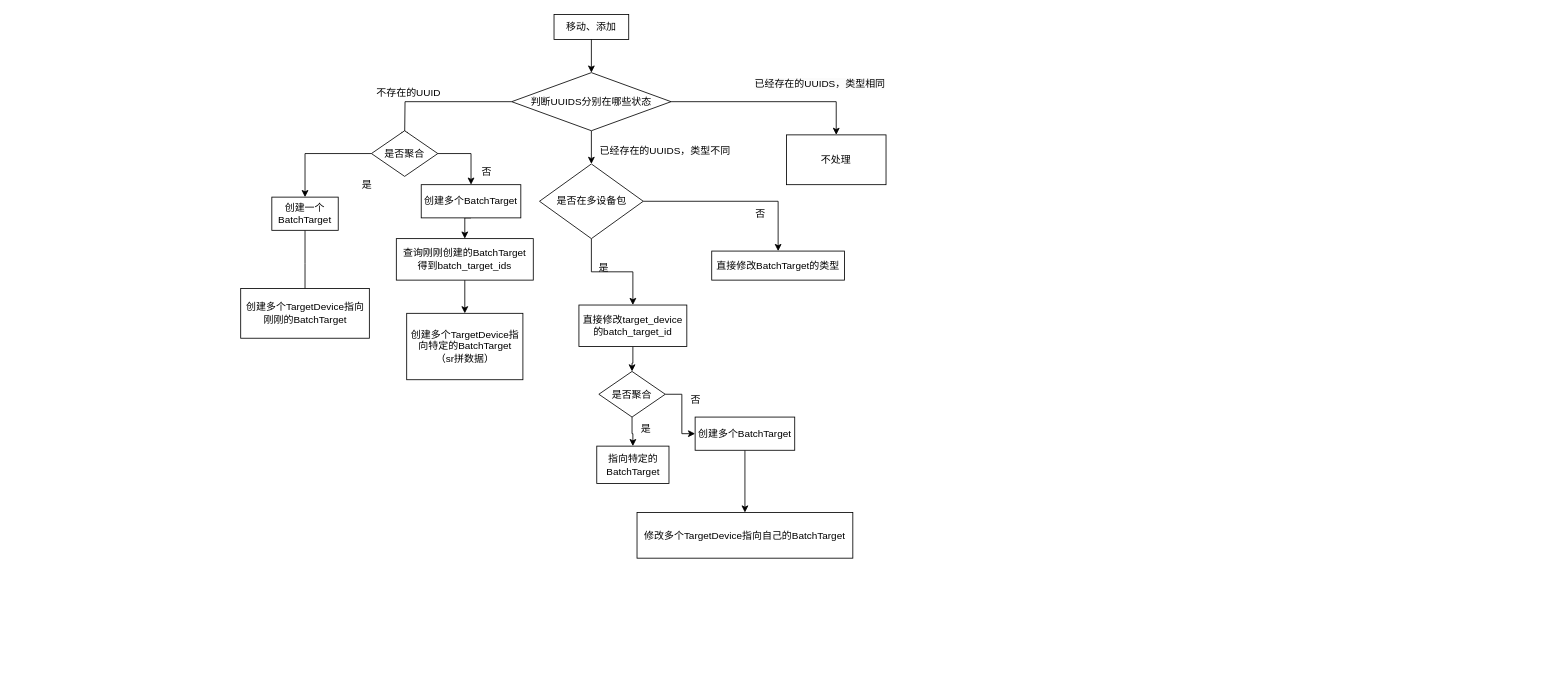
The draw.io diagram 未命名绘图.drawio in xxgzzp/antdpro, before the edit. Source tidied: cells renumbered, new cells numbered last; positions are measured from the earlier drawing's top-left corner, leaving out a move shared by most shapes. Both pictures are drawn from the tidied source at 83%, with x=0, y=0 at pixel (240, 14).
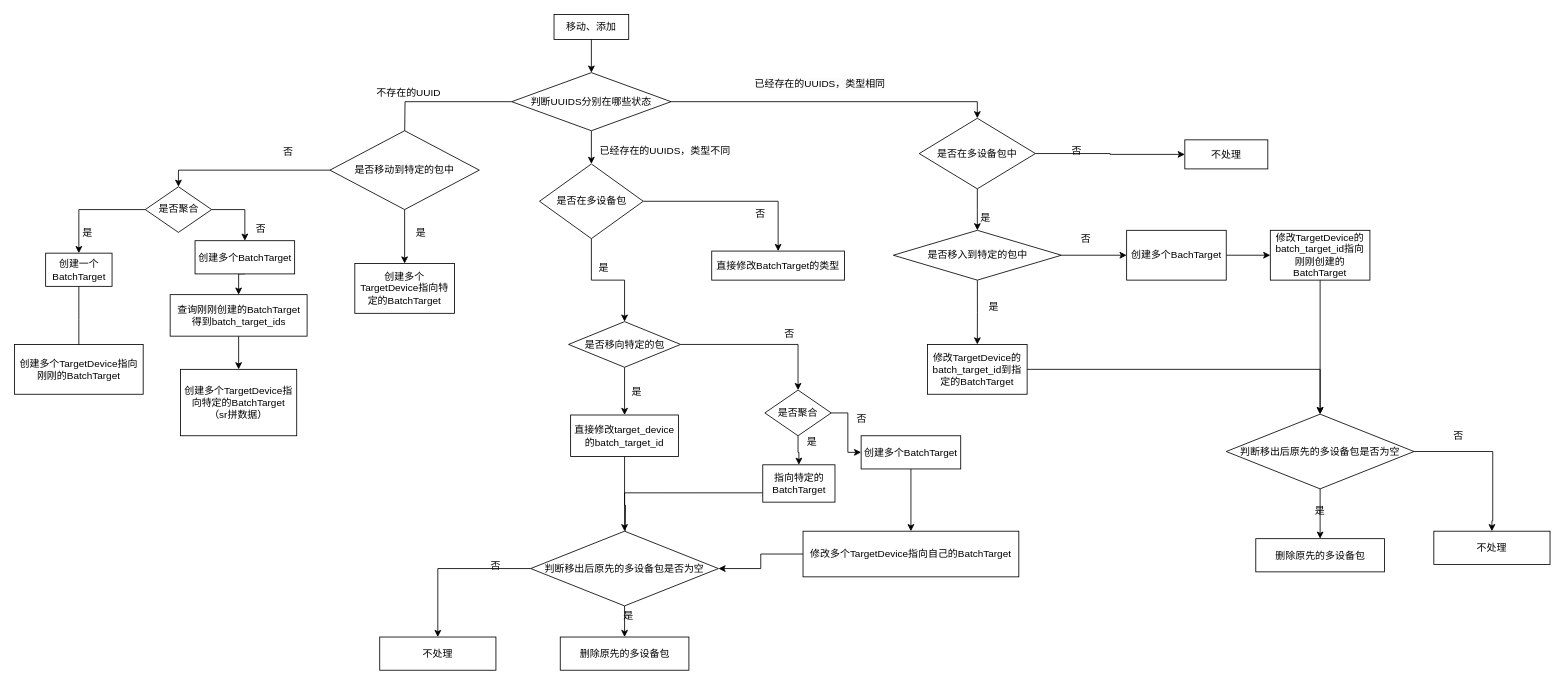
After the change.

Unchanged cells that the change refers to:
```xml
<mxCell id="5" value="是否在多设备包" style="rhombus;whiteSpace=wrap;html=1;" parent="1" vertex="1">
  <mxGeometry x="360.5" y="180" width="125" height="90" as="geometry" />
</mxCell>
<mxCell id="10" value="判断UUIDS分别在哪些状态" style="rhombus;whiteSpace=wrap;html=1;rounded=0;" parent="1" vertex="1">
  <mxGeometry x="327" y="70" width="192" height="70" as="geometry" />
</mxCell>
```

The edit, as a diff of the source:
```diff
@@
-    <mxCell id="3" style="edgeStyle=orthogonalEdgeStyle;rounded=0;jettySize=auto;html=1;exitX=0.5;exitY=1;exitDx=0;exitDy=0;entryX=0.5;entryY=0;entryDx=0;entryDy=0;" parent="1" edge="1" source="5" target="13">
-      <mxGeometry relative="1" as="geometry" />
-    </mxCell>
@@
+    <mxCell id="42" style="edgeStyle=orthogonalEdgeStyle;rounded=0;jettySize=auto;html=1;exitX=0.5;exitY=1;exitDx=0;exitDy=0;entryX=0.5;entryY=0;entryDx=0;entryDy=0;" parent="1" edge="1" source="5" target="56">
+      <mxGeometry relative="1" as="geometry" />
+    </mxCell>
@@
-    <mxCell id="8" style="edgeStyle=orthogonalEdgeStyle;rounded=0;jettySize=auto;html=1;exitX=1;exitY=0.5;exitDx=0;exitDy=0;" parent="1" edge="1" source="10" target="17">
+    <mxCell id="8" style="edgeStyle=orthogonalEdgeStyle;rounded=0;jettySize=auto;html=1;exitX=1;exitY=0.5;exitDx=0;exitDy=0;entryX=0.5;entryY=0;entryDx=0;entryDy=0;" parent="1" edge="1" source="10" target="48">
       <mxGeometry relative="1" as="geometry" />
     </mxCell>
@@
-    <mxCell id="12" style="edgeStyle=orthogonalEdgeStyle;rounded=0;jettySize=auto;html=1;exitX=0.5;exitY=1;exitDx=0;exitDy=0;" parent="1" edge="1" source="13" target="35">
-      <mxGeometry relative="1" as="geometry" />
-    </mxCell>
-    <mxCell id="13" value="直接修改target_device的batch_target_id" style="rounded=0;whiteSpace=wrap;html=1;" parent="1" vertex="1">
-      <mxGeometry x="408" y="350" width="130" height="50" as="geometry" />
-    </mxCell>
+    <mxCell id="43" style="edgeStyle=orthogonalEdgeStyle;rounded=0;jettySize=auto;html=1;exitX=0.5;exitY=1;exitDx=0;exitDy=0;" parent="1" edge="1" target="56">
+      <mxGeometry relative="1" as="geometry">
+        <mxPoint x="473" y="400" as="sourcePoint" />
+      </mxGeometry>
+    </mxCell>
@@
-    <mxCell id="17" value="不处理" style="rounded=0;whiteSpace=wrap;html=1;" parent="1" vertex="1">
-      <mxGeometry x="658" y="145" width="120" height="60" as="geometry" />
-    </mxCell>
@@
     <mxCell id="22" value="是否聚合" style="rhombus;whiteSpace=wrap;html=1;" parent="1" vertex="1">
-      <mxGeometry x="158" y="140" width="80" height="55" as="geometry" />
+      <mxGeometry x="-114.5" y="207.5" width="80" height="55" as="geometry" />
     </mxCell>
     <mxCell id="23" style="edgeStyle=orthogonalEdgeStyle;rounded=0;jettySize=auto;html=1;exitX=0.5;exitY=1;exitDx=0;exitDy=0;" parent="1" edge="1" source="24">
       <mxGeometry relative="1" as="geometry">
-        <mxPoint x="78" y="340" as="targetPoint" />
+        <mxPoint x="-194.5" y="407.5" as="targetPoint" />
       </mxGeometry>
     </mxCell>
     <mxCell id="24" value="创建一个BatchTarget" style="rounded=0;whiteSpace=wrap;html=1;" parent="1" vertex="1">
-      <mxGeometry x="38" y="220" width="80" height="40" as="geometry" />
+      <mxGeometry x="-234.5" y="287.5" width="80" height="40" as="geometry" />
     </mxCell>
     <mxCell id="25" value="是" style="text;html=1;strokeColor=none;fillColor=none;align=center;verticalAlign=middle;whiteSpace=wrap;rounded=0;" parent="1" vertex="1">
-      <mxGeometry x="123" y="190" width="60" height="30" as="geometry" />
+      <mxGeometry x="-214.5" y="247.5" width="60" height="30" as="geometry" />
     </mxCell>
@@
     <mxCell id="27" value="创建多个BatchTarget" style="rounded=0;whiteSpace=wrap;html=1;" parent="1" vertex="1">
-      <mxGeometry x="218" y="205" width="120" height="40" as="geometry" />
+      <mxGeometry x="-54.5" y="272.5" width="120" height="40" as="geometry" />
     </mxCell>
     <mxCell id="28" value="否" style="text;html=1;strokeColor=none;fillColor=none;align=center;verticalAlign=middle;whiteSpace=wrap;rounded=0;" parent="1" vertex="1">
-      <mxGeometry x="267" y="175" width="60" height="30" as="geometry" />
+      <mxGeometry x="-5.5" y="242.5" width="60" height="30" as="geometry" />
     </mxCell>
     <mxCell id="29" value="创建多个TargetDevice指向刚刚的BatchTarget" style="rounded=0;whiteSpace=wrap;html=1;" parent="1" vertex="1">
-      <mxGeometry x="0.5" y="330" width="155" height="60" as="geometry" />
+      <mxGeometry x="-272" y="397.5" width="155" height="60" as="geometry" />
     </mxCell>
@@
     <mxCell id="31" value="查询刚刚创建的BatchTarget&lt;br&gt;得到batch_target_ids" style="rounded=0;whiteSpace=wrap;html=1;" parent="1" vertex="1">
-      <mxGeometry x="188" y="270" width="165" height="50" as="geometry" />
+      <mxGeometry x="-84.5" y="337.5" width="165" height="50" as="geometry" />
     </mxCell>
     <mxCell id="32" value="创建多个TargetDevice指向特定的BatchTarget&lt;br&gt;（sr拼数据）" style="rounded=0;whiteSpace=wrap;html=1;" parent="1" vertex="1">
-      <mxGeometry x="200.5" y="360" width="140" height="80" as="geometry" />
+      <mxGeometry x="-72" y="427.5" width="140" height="80" as="geometry" />
     </mxCell>
@@
     <mxCell id="35" value="是否聚合" style="rhombus;whiteSpace=wrap;html=1;" parent="1" vertex="1">
-      <mxGeometry x="432" y="430" width="80" height="55" as="geometry" />
+      <mxGeometry x="632" y="452.5" width="80" height="55" as="geometry" />
     </mxCell>
+    <mxCell id="44" style="edgeStyle=orthogonalEdgeStyle;rounded=0;jettySize=auto;html=1;exitX=0;exitY=0.75;exitDx=0;exitDy=0;entryX=0.5;entryY=0;entryDx=0;entryDy=0;" parent="1" edge="1" source="36" target="62">
+      <mxGeometry relative="1" as="geometry" />
+    </mxCell>
     <mxCell id="36" value="指向特定的BatchTarget" style="rounded=0;whiteSpace=wrap;html=1;" parent="1" vertex="1">
-      <mxGeometry x="429.5" y="520" width="87" height="45" as="geometry" />
+      <mxGeometry x="629.5" y="542.5" width="87" height="45" as="geometry" />
     </mxCell>
     <mxCell id="37" value="是" style="text;html=1;strokeColor=none;fillColor=none;align=center;verticalAlign=middle;whiteSpace=wrap;rounded=0;" parent="1" vertex="1">
-      <mxGeometry x="459" y="485" width="60" height="30" as="geometry" />
+      <mxGeometry x="659" y="492.5" width="60" height="45" as="geometry" />
     </mxCell>
@@
     <mxCell id="39" value="创建多个BatchTarget" style="rounded=0;whiteSpace=wrap;html=1;" parent="1" vertex="1">
-      <mxGeometry x="548" y="485" width="120" height="40" as="geometry" />
+      <mxGeometry x="748" y="507.5" width="120" height="40" as="geometry" />
     </mxCell>
+    <mxCell id="45" style="edgeStyle=orthogonalEdgeStyle;rounded=0;jettySize=auto;html=1;exitX=0;exitY=0.5;exitDx=0;exitDy=0;" parent="1" edge="1" source="40" target="62">
+      <mxGeometry relative="1" as="geometry" />
+    </mxCell>
     <mxCell id="40" value="修改多个TargetDevice指向自己的BatchTarget" style="rounded=0;whiteSpace=wrap;html=1;" parent="1" vertex="1">
-      <mxGeometry x="478" y="600" width="260" height="55" as="geometry" />
+      <mxGeometry x="678" y="622.5" width="260" height="55" as="geometry" />
     </mxCell>
     <mxCell id="41" value="否" style="text;html=1;strokeColor=none;fillColor=none;align=center;verticalAlign=middle;whiteSpace=wrap;rounded=0;" parent="1" vertex="1">
-      <mxGeometry x="519" y="450" width="60" height="30" as="geometry" />
+      <mxGeometry x="719" y="472.5" width="60" height="30" as="geometry" />
     </mxCell>
+    <mxCell id="46" style="edgeStyle=orthogonalEdgeStyle;rounded=0;jettySize=auto;html=1;exitX=1;exitY=0.5;exitDx=0;exitDy=0;" parent="1" edge="1" source="48" target="52">
+      <mxGeometry relative="1" as="geometry" />
+    </mxCell>
+    <mxCell id="47" style="edgeStyle=orthogonalEdgeStyle;rounded=0;jettySize=auto;html=1;exitX=0.5;exitY=1;exitDx=0;exitDy=0;entryX=0.5;entryY=0;entryDx=0;entryDy=0;" parent="1" edge="1" source="48" target="80">
+      <mxGeometry relative="1" as="geometry" />
+    </mxCell>
+    <mxCell id="48" value="是否在多设备包中" style="rhombus;whiteSpace=wrap;html=1;" parent="1" vertex="1">
+      <mxGeometry x="818" y="125" width="140" height="85" as="geometry" />
+    </mxCell>
+    <mxCell id="49" style="edgeStyle=orthogonalEdgeStyle;rounded=0;jettySize=auto;html=1;exitX=0.5;exitY=1;exitDx=0;exitDy=0;" parent="1" edge="1" source="50" target="69">
+      <mxGeometry relative="1" as="geometry" />
+    </mxCell>
+    <mxCell id="50" value="修改TargetDevice的batch_target_id指向刚刚创建的BatchTarget" style="rounded=0;whiteSpace=wrap;html=1;" parent="1" vertex="1">
+      <mxGeometry x="1241" y="260" width="120" height="60" as="geometry" />
+    </mxCell>
+    <mxCell id="51" value="是" style="text;html=1;strokeColor=none;fillColor=none;align=center;verticalAlign=middle;whiteSpace=wrap;rounded=0;" parent="1" vertex="1">
+      <mxGeometry x="868" y="230" width="60" height="30" as="geometry" />
+    </mxCell>
+    <mxCell id="52" value="不处理" style="rounded=0;whiteSpace=wrap;html=1;" parent="1" vertex="1">
+      <mxGeometry x="1138" y="151" width="100" height="35" as="geometry" />
+    </mxCell>
+    <mxCell id="53" value="否" style="text;html=1;strokeColor=none;fillColor=none;align=center;verticalAlign=middle;whiteSpace=wrap;rounded=0;" parent="1" vertex="1">
+      <mxGeometry x="978" y="150" width="60" height="30" as="geometry" />
+    </mxCell>
+    <mxCell id="54" style="edgeStyle=orthogonalEdgeStyle;rounded=0;jettySize=auto;html=1;exitX=1;exitY=0.5;exitDx=0;exitDy=0;entryX=0.5;entryY=0;entryDx=0;entryDy=0;" parent="1" edge="1" source="56" target="35">
+      <mxGeometry relative="1" as="geometry" />
+    </mxCell>
+    <mxCell id="55" style="edgeStyle=orthogonalEdgeStyle;rounded=0;jettySize=auto;html=1;exitX=0.5;exitY=1;exitDx=0;exitDy=0;" parent="1" edge="1" source="56" target="13">
+      <mxGeometry relative="1" as="geometry" />
+    </mxCell>
+    <mxCell id="56" value="是否移向特定的包" style="rhombus;whiteSpace=wrap;html=1;" parent="1" vertex="1">
+      <mxGeometry x="395.5" y="370" width="135" height="55" as="geometry" />
+    </mxCell>
+    <mxCell id="57" value="否" style="text;html=1;strokeColor=none;fillColor=none;align=center;verticalAlign=middle;whiteSpace=wrap;rounded=0;" parent="1" vertex="1">
+      <mxGeometry x="632" y="370" width="60" height="30" as="geometry" />
+    </mxCell>
+    <mxCell id="58" style="edgeStyle=orthogonalEdgeStyle;rounded=0;jettySize=auto;html=1;exitX=0.5;exitY=1;exitDx=0;exitDy=0;" parent="1" edge="1" source="13">
+      <mxGeometry relative="1" as="geometry">
+        <mxPoint x="463.6" y="650" as="targetPoint" />
+      </mxGeometry>
+    </mxCell>
+    <mxCell id="13" value="直接修改target_device的batch_target_id" style="rounded=0;whiteSpace=wrap;html=1;" parent="1" vertex="1">
+      <mxGeometry x="398" y="482.5" width="130" height="50" as="geometry" />
+    </mxCell>
+    <mxCell id="59" value="是" style="text;html=1;strokeColor=none;fillColor=none;align=center;verticalAlign=middle;whiteSpace=wrap;rounded=0;" parent="1" vertex="1">
+      <mxGeometry x="448" y="440" width="60" height="30" as="geometry" />
+    </mxCell>
+    <mxCell id="60" style="edgeStyle=orthogonalEdgeStyle;rounded=0;jettySize=auto;html=1;exitX=0.5;exitY=1;exitDx=0;exitDy=0;entryX=0.5;entryY=0;entryDx=0;entryDy=0;" parent="1" edge="1" source="62" target="63">
+      <mxGeometry relative="1" as="geometry" />
+    </mxCell>
+    <mxCell id="61" style="edgeStyle=orthogonalEdgeStyle;rounded=0;jettySize=auto;html=1;exitX=0;exitY=0.5;exitDx=0;exitDy=0;" parent="1" edge="1" source="62" target="65">
+      <mxGeometry relative="1" as="geometry" />
+    </mxCell>
+    <mxCell id="62" value="判断移出后原先的多设备包是否为空" style="rhombus;whiteSpace=wrap;html=1;" parent="1" vertex="1">
+      <mxGeometry x="349.9" y="622.5" width="226.2" height="90" as="geometry" />
+    </mxCell>
+    <mxCell id="63" value="删除原先的多设备包" style="rounded=0;whiteSpace=wrap;html=1;" parent="1" vertex="1">
+      <mxGeometry x="385.5" y="750" width="155" height="40" as="geometry" />
+    </mxCell>
+    <mxCell id="64" value="是" style="text;html=1;strokeColor=none;fillColor=none;align=center;verticalAlign=middle;whiteSpace=wrap;rounded=0;" parent="1" vertex="1">
+      <mxGeometry x="438" y="710" width="60" height="30" as="geometry" />
+    </mxCell>
+    <mxCell id="65" value="不处理" style="rounded=0;whiteSpace=wrap;html=1;" parent="1" vertex="1">
+      <mxGeometry x="168" y="750" width="140" height="40" as="geometry" />
+    </mxCell>
+    <mxCell id="66" value="否" style="text;html=1;strokeColor=none;fillColor=none;align=center;verticalAlign=middle;whiteSpace=wrap;rounded=0;" parent="1" vertex="1">
+      <mxGeometry x="278" y="650" width="60" height="30" as="geometry" />
+    </mxCell>
+    <mxCell id="67" style="edgeStyle=orthogonalEdgeStyle;rounded=0;jettySize=auto;html=1;exitX=0.5;exitY=1;exitDx=0;exitDy=0;entryX=0.5;entryY=0;entryDx=0;entryDy=0;" parent="1" edge="1" source="69" target="70">
+      <mxGeometry relative="1" as="geometry" />
+    </mxCell>
+    <mxCell id="68" style="edgeStyle=orthogonalEdgeStyle;rounded=0;jettySize=auto;html=1;exitX=1;exitY=0.5;exitDx=0;exitDy=0;entryX=0.5;entryY=0;entryDx=0;entryDy=0;" parent="1" edge="1" source="69" target="81">
+      <mxGeometry relative="1" as="geometry">
+        <Array as="points">
+          <mxPoint x="1509" y="527" />
+          <mxPoint x="1509" y="610" />
+        </Array>
+      </mxGeometry>
+    </mxCell>
+    <mxCell id="69" value="判断移出后原先的多设备包是否为空" style="rhombus;whiteSpace=wrap;html=1;" parent="1" vertex="1">
+      <mxGeometry x="1187.9" y="481.5" width="226.2" height="90" as="geometry" />
+    </mxCell>
+    <mxCell id="70" value="删除原先的多设备包" style="rounded=0;whiteSpace=wrap;html=1;" parent="1" vertex="1">
+      <mxGeometry x="1223.5" y="631.5" width="155" height="40" as="geometry" />
+    </mxCell>
+    <mxCell id="71" value="是" style="text;html=1;strokeColor=none;fillColor=none;align=center;verticalAlign=middle;whiteSpace=wrap;rounded=0;" parent="1" vertex="1">
+      <mxGeometry x="1271" y="582.8" width="60" height="30" as="geometry" />
+    </mxCell>
+    <mxCell id="72" style="edgeStyle=orthogonalEdgeStyle;rounded=0;jettySize=auto;html=1;exitX=0;exitY=0.5;exitDx=0;exitDy=0;entryX=0.5;entryY=0;entryDx=0;entryDy=0;" parent="1" edge="1" source="74" target="22">
+      <mxGeometry relative="1" as="geometry" />
+    </mxCell>
+    <mxCell id="73" style="edgeStyle=orthogonalEdgeStyle;rounded=0;jettySize=auto;html=1;exitX=0.5;exitY=1;exitDx=0;exitDy=0;" parent="1" edge="1" source="74" target="76">
+      <mxGeometry relative="1" as="geometry" />
+    </mxCell>
+    <mxCell id="74" value="是否移动到特定的包中" style="rhombus;whiteSpace=wrap;html=1;" parent="1" vertex="1">
+      <mxGeometry x="108" y="140" width="180" height="95" as="geometry" />
+    </mxCell>
+    <mxCell id="75" value="否" style="text;html=1;strokeColor=none;fillColor=none;align=center;verticalAlign=middle;whiteSpace=wrap;rounded=0;" parent="1" vertex="1">
+      <mxGeometry x="28" y="151" width="60" height="30" as="geometry" />
+    </mxCell>
+    <mxCell id="76" value="创建多个TargetDevice指向特定的BatchTarget" style="rounded=0;whiteSpace=wrap;html=1;" parent="1" vertex="1">
+      <mxGeometry x="138" y="300" width="120" height="60" as="geometry" />
+    </mxCell>
+    <mxCell id="77" value="是" style="text;html=1;strokeColor=none;fillColor=none;align=center;verticalAlign=middle;whiteSpace=wrap;rounded=0;" parent="1" vertex="1">
+      <mxGeometry x="188" y="247.5" width="60" height="30" as="geometry" />
+    </mxCell>
+    <mxCell id="78" style="edgeStyle=orthogonalEdgeStyle;rounded=0;jettySize=auto;html=1;exitX=0.5;exitY=1;exitDx=0;exitDy=0;" parent="1" edge="1" source="80" target="84">
+      <mxGeometry relative="1" as="geometry" />
+    </mxCell>
+    <mxCell id="79" style="edgeStyle=orthogonalEdgeStyle;rounded=0;jettySize=auto;html=1;exitX=1;exitY=0.5;exitDx=0;exitDy=0;entryX=0;entryY=0.5;entryDx=0;entryDy=0;" parent="1" edge="1" source="80" target="86">
+      <mxGeometry relative="1" as="geometry" />
+    </mxCell>
+    <mxCell id="80" value="是否移入到特定的包中" style="rhombus;whiteSpace=wrap;html=1;" parent="1" vertex="1">
+      <mxGeometry x="786.8" y="260" width="202.5" height="60" as="geometry" />
+    </mxCell>
+    <mxCell id="81" value="不处理" style="rounded=0;whiteSpace=wrap;html=1;" parent="1" vertex="1">
+      <mxGeometry x="1438" y="622.5" width="140" height="40" as="geometry" />
+    </mxCell>
+    <mxCell id="82" value="否" style="text;html=1;strokeColor=none;fillColor=none;align=center;verticalAlign=middle;whiteSpace=wrap;rounded=0;" parent="1" vertex="1">
+      <mxGeometry x="1438" y="492.5" width="60" height="30" as="geometry" />
+    </mxCell>
+    <mxCell id="83" style="edgeStyle=orthogonalEdgeStyle;rounded=0;jettySize=auto;html=1;" parent="1" edge="1" source="84" target="69">
+      <mxGeometry relative="1" as="geometry" />
+    </mxCell>
+    <mxCell id="84" value="修改TargetDevice的batch_target_id到指定的BatchTarget" style="rounded=0;whiteSpace=wrap;html=1;" parent="1" vertex="1">
+      <mxGeometry x="828" y="397.5" width="120" height="60" as="geometry" />
+    </mxCell>
+    <mxCell id="85" style="edgeStyle=orthogonalEdgeStyle;rounded=0;jettySize=auto;html=1;exitX=1;exitY=0.5;exitDx=0;exitDy=0;entryX=0;entryY=0.5;entryDx=0;entryDy=0;" parent="1" edge="1" source="86" target="50">
+      <mxGeometry relative="1" as="geometry" />
+    </mxCell>
+    <mxCell id="86" value="创建多个BachTarget" style="rounded=0;whiteSpace=wrap;html=1;" parent="1" vertex="1">
+      <mxGeometry x="1067.9" y="260" width="120" height="60" as="geometry" />
+    </mxCell>
+    <mxCell id="87" value="是" style="text;html=1;strokeColor=none;fillColor=none;align=center;verticalAlign=middle;whiteSpace=wrap;rounded=0;" parent="1" vertex="1">
+      <mxGeometry x="878" y="337.5" width="60" height="30" as="geometry" />
+    </mxCell>
+    <mxCell id="88" value="否" style="text;html=1;strokeColor=none;fillColor=none;align=center;verticalAlign=middle;whiteSpace=wrap;rounded=0;" parent="1" vertex="1">
+      <mxGeometry x="989.2" y="255" width="60" height="30" as="geometry" />
+    </mxCell>
```
